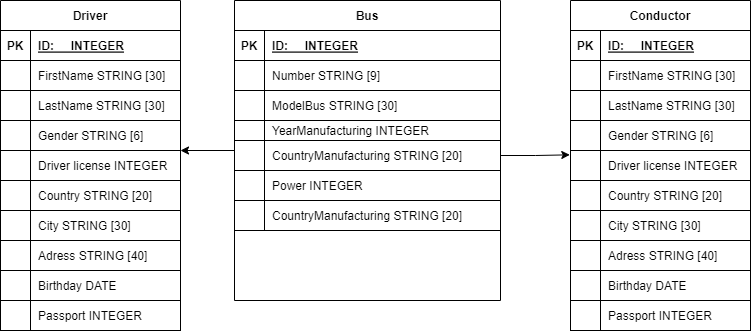
This is DB_less_1.drawio.png from AlexDiv22/Databases, a draw.io export, as it was before one commit. Source tidied: cells renumbered, new cells last; positions are measured from the earlier drawing's top-left corner, leaving out a move shared by most shapes.
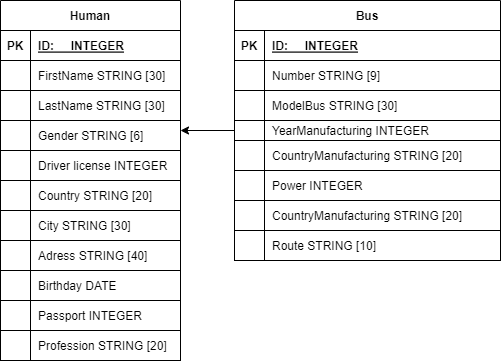
After the commit.

What changed in the source:
```diff
@@ -10,7 +10,7 @@
       </mxGeometry>
     </mxCell>
     <mxCell id="3" value="Bus" style="shape=table;startSize=30;rowLines=0;fontStyle=1;align=center;" parent="1" vertex="1">
-      <mxGeometry x="234" width="266" height="300" as="geometry" />
+      <mxGeometry x="234" width="266" height="260" as="geometry" />
     </mxCell>
     <mxCell id="4" style="shape=tableRow;horizontal=0;startSize=0;swimlaneHead=0;swimlaneBody=0;fillColor=none;top=0;left=0;right=0;bottom=1;" parent="3" vertex="1">
       <mxGeometry y="30" width="266" height="30" as="geometry" />
@@ -75,8 +75,17 @@
     <mxCell id="24" value="CountryManufacturing STRING [20]" style="shape=partialRectangle;fillColor=none;top=0;left=0;bottom=0;right=0;align=left;spacingLeft=6;overflow=hidden;" parent="22" vertex="1">
       <mxGeometry x="30" width="236" height="30" as="geometry" />
     </mxCell>
+    <mxCell id="88" style="shape=tableRow;horizontal=0;startSize=0;swimlaneHead=0;swimlaneBody=0;fillColor=none;top=0;left=0;right=0;bottom=0;" parent="3" vertex="1">
+      <mxGeometry y="230" width="266" height="30" as="geometry" />
+    </mxCell>
+    <mxCell id="89" style="shape=partialRectangle;fillColor=none;top=0;left=0;bottom=0;right=0;overflow=hidden;" parent="88" vertex="1">
+      <mxGeometry width="30" height="30" as="geometry" />
+    </mxCell>
+    <mxCell id="90" value="Route STRING [10]" style="shape=partialRectangle;fillColor=none;top=0;left=0;bottom=0;right=0;align=left;spacingLeft=6;overflow=hidden;" parent="88" vertex="1">
+      <mxGeometry x="30" width="236" height="30" as="geometry" />
+    </mxCell>
-    <mxCell id="25" value="Driver" style="shape=table;startSize=30;rowLines=0;fontStyle=1;align=center;" parent="1" vertex="1">
-      <mxGeometry width="180" height="330" as="geometry" />
+    <mxCell id="25" value="Human" style="shape=table;startSize=30;rowLines=0;fontStyle=1;align=center;" parent="1" vertex="1">
+      <mxGeometry width="180" height="360" as="geometry" />
     </mxCell>
     <mxCell id="26" style="shape=tableRow;horizontal=0;startSize=0;swimlaneHead=0;swimlaneBody=0;fillColor=none;top=0;left=0;right=0;bottom=1;" parent="25" vertex="1">
       <mxGeometry y="30" width="180" height="30" as="geometry" />
@@ -168,101 +177,14 @@
     <mxCell id="55" value="Passport INTEGER" style="shape=partialRectangle;fillColor=none;top=0;left=0;bottom=0;right=0;align=left;spacingLeft=6;overflow=hidden;" parent="53" vertex="1">
       <mxGeometry x="30" width="150" height="30" as="geometry" />
     </mxCell>
-    <mxCell id="56" value="Conductor" style="shape=table;startSize=30;rowLines=0;fontStyle=1;align=center;" parent="1" vertex="1">
-      <mxGeometry x="570" width="180" height="330" as="geometry" />
-    </mxCell>
-    <mxCell id="57" style="shape=tableRow;horizontal=0;startSize=0;swimlaneHead=0;swimlaneBody=0;fillColor=none;top=0;left=0;right=0;bottom=1;" parent="56" vertex="1">
-      <mxGeometry y="30" width="180" height="30" as="geometry" />
-    </mxCell>
-    <mxCell id="58" value="PK" style="shape=partialRectangle;fillColor=none;top=0;left=0;bottom=0;right=0;fontStyle=1;overflow=hidden;" parent="57" vertex="1">
-      <mxGeometry width="30" height="30" as="geometry" />
-    </mxCell>
-    <mxCell id="59" value="ID:     INTEGER" style="shape=partialRectangle;fillColor=none;top=0;left=0;bottom=0;right=0;align=left;spacingLeft=6;fontStyle=5;overflow=hidden;" parent="57" vertex="1">
-      <mxGeometry x="30" width="150" height="30" as="geometry" />
-    </mxCell>
-    <mxCell id="60" style="shape=tableRow;horizontal=0;startSize=0;swimlaneHead=0;swimlaneBody=0;fillColor=none;top=0;left=0;right=0;bottom=0;" parent="56" vertex="1">
-      <mxGeometry y="60" width="180" height="30" as="geometry" />
-    </mxCell>
-    <mxCell id="61" style="shape=partialRectangle;fillColor=none;top=0;left=0;bottom=0;right=0;overflow=hidden;" parent="60" vertex="1">
-      <mxGeometry width="30" height="30" as="geometry" />
-    </mxCell>
-    <mxCell id="62" value="FirstName STRING [30]" style="shape=partialRectangle;fillColor=none;top=0;left=0;bottom=0;right=0;align=left;spacingLeft=6;overflow=hidden;" parent="60" vertex="1">
-      <mxGeometry x="30" width="150" height="30" as="geometry" />
-    </mxCell>
-    <mxCell id="63" style="shape=tableRow;horizontal=0;startSize=0;swimlaneHead=0;swimlaneBody=0;fillColor=none;top=0;left=0;right=0;bottom=0;" parent="56" vertex="1">
-      <mxGeometry y="90" width="180" height="30" as="geometry" />
-    </mxCell>
-    <mxCell id="64" style="shape=partialRectangle;fillColor=none;top=0;left=0;bottom=0;right=0;overflow=hidden;" parent="63" vertex="1">
-      <mxGeometry width="30" height="30" as="geometry" />
-    </mxCell>
-    <mxCell id="65" value="LastName STRING [30]" style="shape=partialRectangle;fillColor=none;top=0;left=0;bottom=0;right=0;align=left;spacingLeft=6;overflow=hidden;" parent="63" vertex="1">
-      <mxGeometry x="30" width="150" height="30" as="geometry" />
-    </mxCell>
-    <mxCell id="66" style="shape=tableRow;horizontal=0;startSize=0;swimlaneHead=0;swimlaneBody=0;fillColor=none;top=0;left=0;right=0;bottom=0;" parent="56" vertex="1">
-      <mxGeometry y="120" width="180" height="30" as="geometry" />
-    </mxCell>
-    <mxCell id="67" style="shape=partialRectangle;fillColor=none;top=0;left=0;bottom=0;right=0;overflow=hidden;" parent="66" vertex="1">
-      <mxGeometry width="30" height="30" as="geometry" />
-    </mxCell>
-    <mxCell id="68" value="Gender STRING [6]" style="shape=partialRectangle;fillColor=none;top=0;left=0;bottom=0;right=0;align=left;spacingLeft=6;overflow=hidden;" parent="66" vertex="1">
-      <mxGeometry x="30" width="150" height="30" as="geometry" />
-    </mxCell>
-    <mxCell id="69" style="shape=tableRow;horizontal=0;startSize=0;swimlaneHead=0;swimlaneBody=0;fillColor=none;points=[[0,0.5],[1,0.5]];portConstraint=eastwest;top=0;left=0;right=0;bottom=0;" parent="56" vertex="1">
-      <mxGeometry y="150" width="180" height="30" as="geometry" />
-    </mxCell>
-    <mxCell id="70" style="shape=partialRectangle;fillColor=none;top=0;left=0;bottom=0;right=0;overflow=hidden;" parent="69" vertex="1">
-      <mxGeometry width="30" height="30" as="geometry" />
-    </mxCell>
-    <mxCell id="71" value="Driver license INTEGER" style="shape=partialRectangle;fillColor=none;top=0;left=0;bottom=0;right=0;align=left;spacingLeft=6;overflow=hidden;" parent="69" vertex="1">
-      <mxGeometry x="30" width="150" height="30" as="geometry" />
-    </mxCell>
-    <mxCell id="72" style="shape=tableRow;horizontal=0;startSize=0;swimlaneHead=0;swimlaneBody=0;fillColor=none;top=0;left=0;right=0;bottom=0;" parent="56" vertex="1">
-      <mxGeometry y="180" width="180" height="30" as="geometry" />
-    </mxCell>
-    <mxCell id="73" style="shape=partialRectangle;fillColor=none;top=0;left=0;bottom=0;right=0;overflow=hidden;" parent="72" vertex="1">
-      <mxGeometry width="30" height="30" as="geometry" />
-    </mxCell>
-    <mxCell id="74" value="Country STRING [20]" style="shape=partialRectangle;fillColor=none;top=0;left=0;bottom=0;right=0;align=left;spacingLeft=6;overflow=hidden;" parent="72" vertex="1">
-      <mxGeometry x="30" width="150" height="30" as="geometry" />
-    </mxCell>
-    <mxCell id="75" style="shape=tableRow;horizontal=0;startSize=0;swimlaneHead=0;swimlaneBody=0;fillColor=none;top=0;left=0;right=0;bottom=0;" parent="56" vertex="1">
-      <mxGeometry y="210" width="180" height="30" as="geometry" />
-    </mxCell>
-    <mxCell id="76" style="shape=partialRectangle;fillColor=none;top=0;left=0;bottom=0;right=0;overflow=hidden;" parent="75" vertex="1">
-      <mxGeometry width="30" height="30" as="geometry" />
-    </mxCell>
-    <mxCell id="77" value="City STRING [30]" style="shape=partialRectangle;fillColor=none;top=0;left=0;bottom=0;right=0;align=left;spacingLeft=6;overflow=hidden;" parent="75" vertex="1">
-      <mxGeometry x="30" width="150" height="30" as="geometry" />
-    </mxCell>
-    <mxCell id="78" style="shape=tableRow;horizontal=0;startSize=0;swimlaneHead=0;swimlaneBody=0;fillColor=none;top=0;left=0;right=0;bottom=0;" parent="56" vertex="1">
-      <mxGeometry y="240" width="180" height="30" as="geometry" />
-    </mxCell>
-    <mxCell id="79" style="shape=partialRectangle;fillColor=none;top=0;left=0;bottom=0;right=0;overflow=hidden;" parent="78" vertex="1">
-      <mxGeometry width="30" height="30" as="geometry" />
-    </mxCell>
-    <mxCell id="80" value="Adress STRING [40]" style="shape=partialRectangle;fillColor=none;top=0;left=0;bottom=0;right=0;align=left;spacingLeft=6;overflow=hidden;" parent="78" vertex="1">
-      <mxGeometry x="30" width="150" height="30" as="geometry" />
-    </mxCell>
-    <mxCell id="81" style="shape=tableRow;horizontal=0;startSize=0;swimlaneHead=0;swimlaneBody=0;fillColor=none;top=0;left=0;right=0;bottom=0;" parent="56" vertex="1">
-      <mxGeometry y="270" width="180" height="30" as="geometry" />
-    </mxCell>
-    <mxCell id="82" style="shape=partialRectangle;fillColor=none;top=0;left=0;bottom=0;right=0;overflow=hidden;" parent="81" vertex="1">
-      <mxGeometry width="30" height="30" as="geometry" />
-    </mxCell>
-    <mxCell id="83" value="Birthday DATE" style="shape=partialRectangle;fillColor=none;top=0;left=0;bottom=0;right=0;align=left;spacingLeft=6;overflow=hidden;" parent="81" vertex="1">
-      <mxGeometry x="30" width="150" height="30" as="geometry" />
-    </mxCell>
-    <mxCell id="84" style="shape=tableRow;horizontal=0;startSize=0;swimlaneHead=0;swimlaneBody=0;fillColor=none;top=0;left=0;right=0;bottom=0;" parent="56" vertex="1">
-      <mxGeometry y="300" width="180" height="30" as="geometry" />
-    </mxCell>
-    <mxCell id="85" style="shape=partialRectangle;fillColor=none;top=0;left=0;bottom=0;right=0;overflow=hidden;" parent="84" vertex="1">
-      <mxGeometry width="30" height="30" as="geometry" />
-    </mxCell>
-    <mxCell id="86" value="Passport INTEGER" style="shape=partialRectangle;fillColor=none;top=0;left=0;bottom=0;right=0;align=left;spacingLeft=6;overflow=hidden;" parent="84" vertex="1">
-      <mxGeometry x="30" width="150" height="30" as="geometry" />
-    </mxCell>
-    <mxCell id="87" style="edgeStyle=orthogonalEdgeStyle;rounded=0;jettySize=auto;html=1;exitX=1;exitY=0.5;exitDx=0;exitDy=0;entryX=-0.004;entryY=0.144;entryDx=0;entryDy=0;entryPerimeter=0;" parent="1" edge="1" source="16" target="69">
-      <mxGeometry relative="1" as="geometry" />
-    </mxCell>
+    <mxCell id="91" style="shape=tableRow;horizontal=0;startSize=0;swimlaneHead=0;swimlaneBody=0;fillColor=none;top=0;left=0;right=0;bottom=0;" parent="25" vertex="1">
+      <mxGeometry y="330" width="180" height="30" as="geometry" />
+    </mxCell>
+    <mxCell id="92" style="shape=partialRectangle;fillColor=none;top=0;left=0;bottom=0;right=0;overflow=hidden;" parent="91" vertex="1">
+      <mxGeometry width="30" height="30" as="geometry" />
+    </mxCell>
+    <mxCell id="93" value="Profession STRING [20]" style="shape=partialRectangle;fillColor=none;top=0;left=0;bottom=0;right=0;align=left;spacingLeft=6;overflow=hidden;" parent="91" vertex="1">
+      <mxGeometry x="30" width="150" height="30" as="geometry" />
+    </mxCell>
   </root>
 </mxGraphModel>
```
